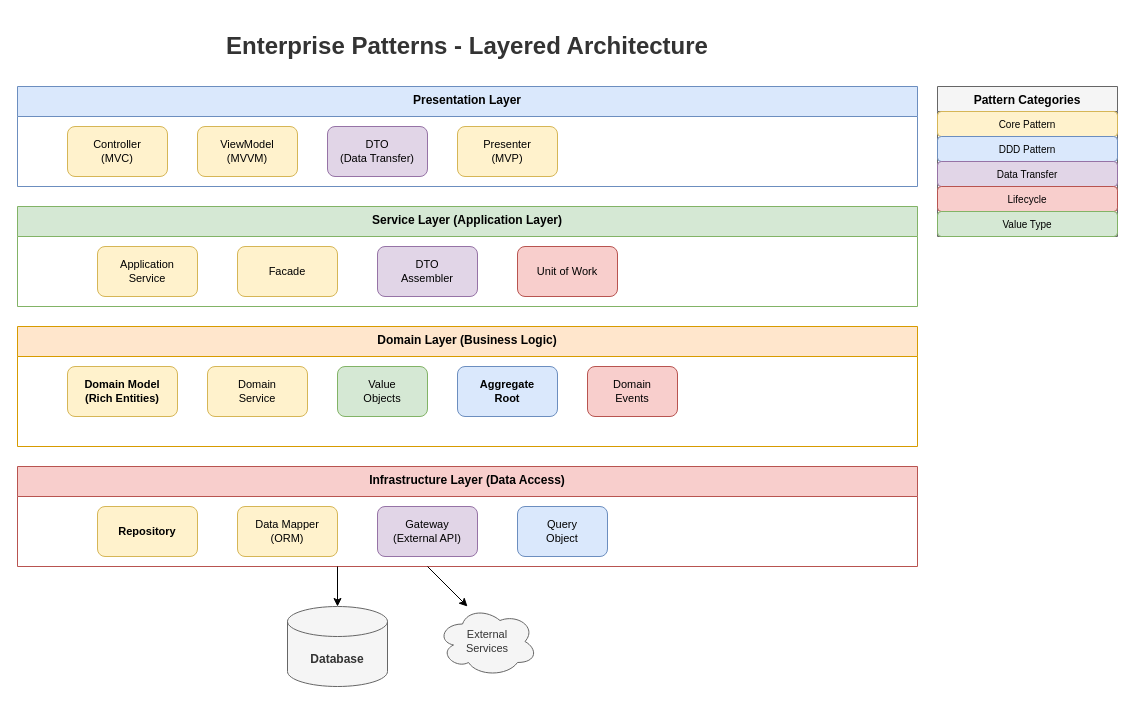
MrParkerZ7/document-lesson-software-architect-x-claude keeps this draw.io diagram as lesson-01-software-design-architecture/diagrams/1.4-enterprise-patterns-layers.drawio. Above is the earlier version. Source tidied: cells renumbered, new cells numbered last; positions are measured from the earlier drawing's top-left corner, leaving out a move shared by most shapes. Both pictures are drawn from the tidied source at 100%, with x=0, y=0 at pixel (17, 26).
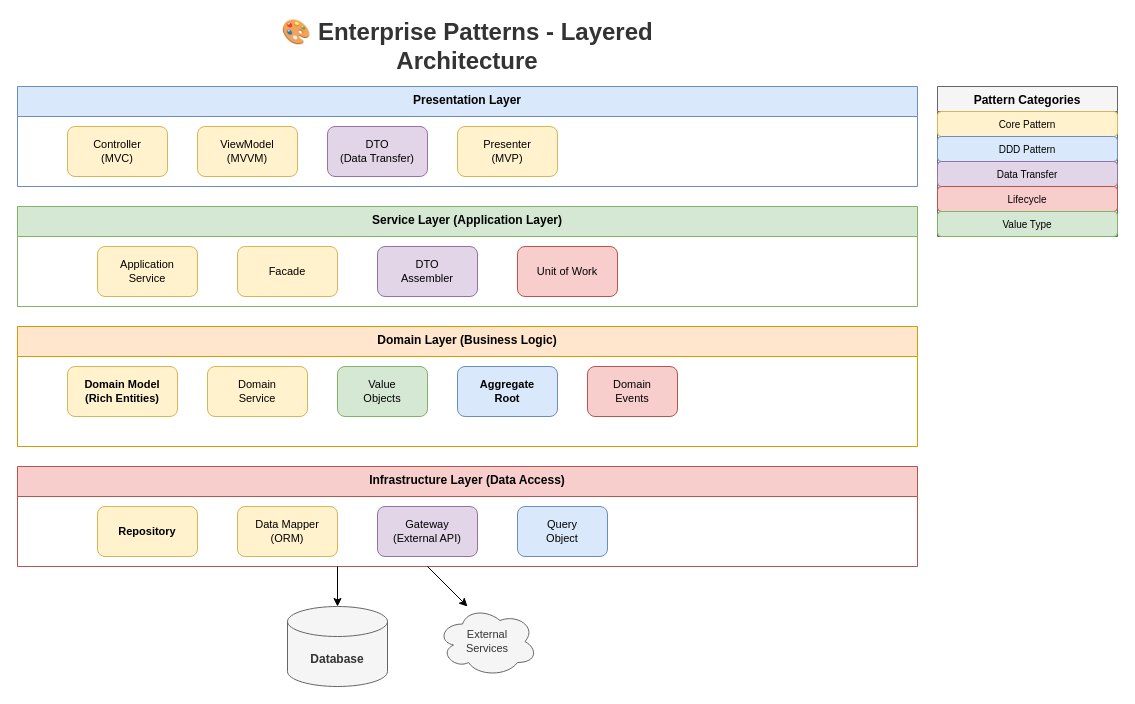
The same page after the edit.

Diff of the diagram source:
```diff
@@
-    <mxCell id="2" value="Enterprise Patterns - Layered Architecture" style="text;html=1;strokeColor=none;fillColor=none;align=center;verticalAlign=middle;whiteSpace=wrap;rounded=0;fontSize=24;fontStyle=1;fontColor=#333333;" parent="1" vertex="1">
+    <mxCell id="2" value="🎨 Enterprise Patterns - Layered Architecture" style="text;html=1;strokeColor=none;fillColor=none;align=center;verticalAlign=middle;whiteSpace=wrap;rounded=0;fontSize=24;fontStyle=1;fontColor=#333333;" parent="1" vertex="1">
       <mxGeometry x="200" width="500" height="40" as="geometry" />
     </mxCell>
```
